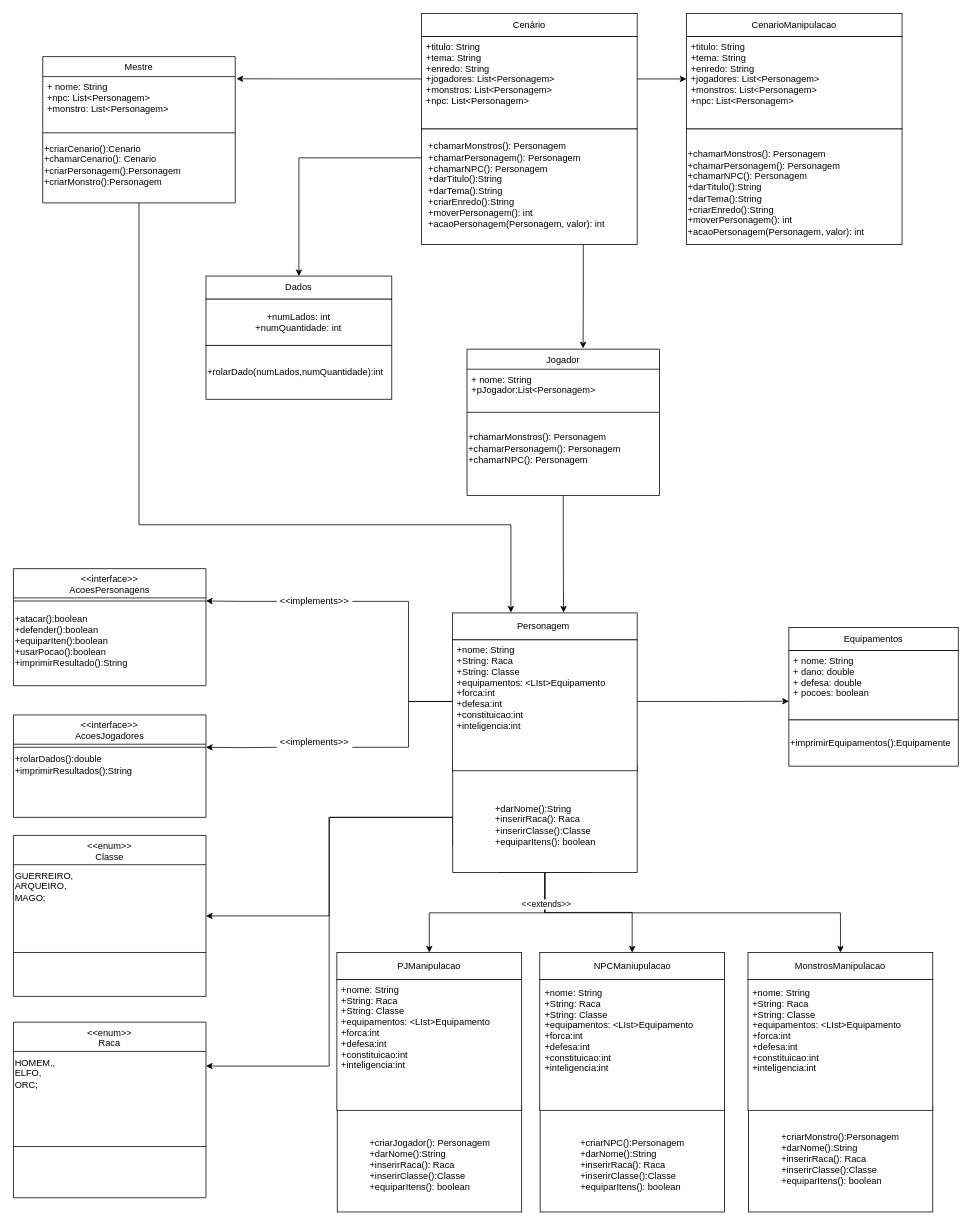
Before: diagrama-trabalho-final-rpg.drawio in MrMoisesNoah/MestresDoRPG-trabalho-programaVemSerDBC, a draw.io diagram. Source tidied: cells renumbered, new cells numbered last; positions are measured from the earlier drawing's top-left corner, leaving out a move shared by most shapes. Both pictures are drawn from the tidied source at 77%, with x=0, y=0 at pixel (13, 13).
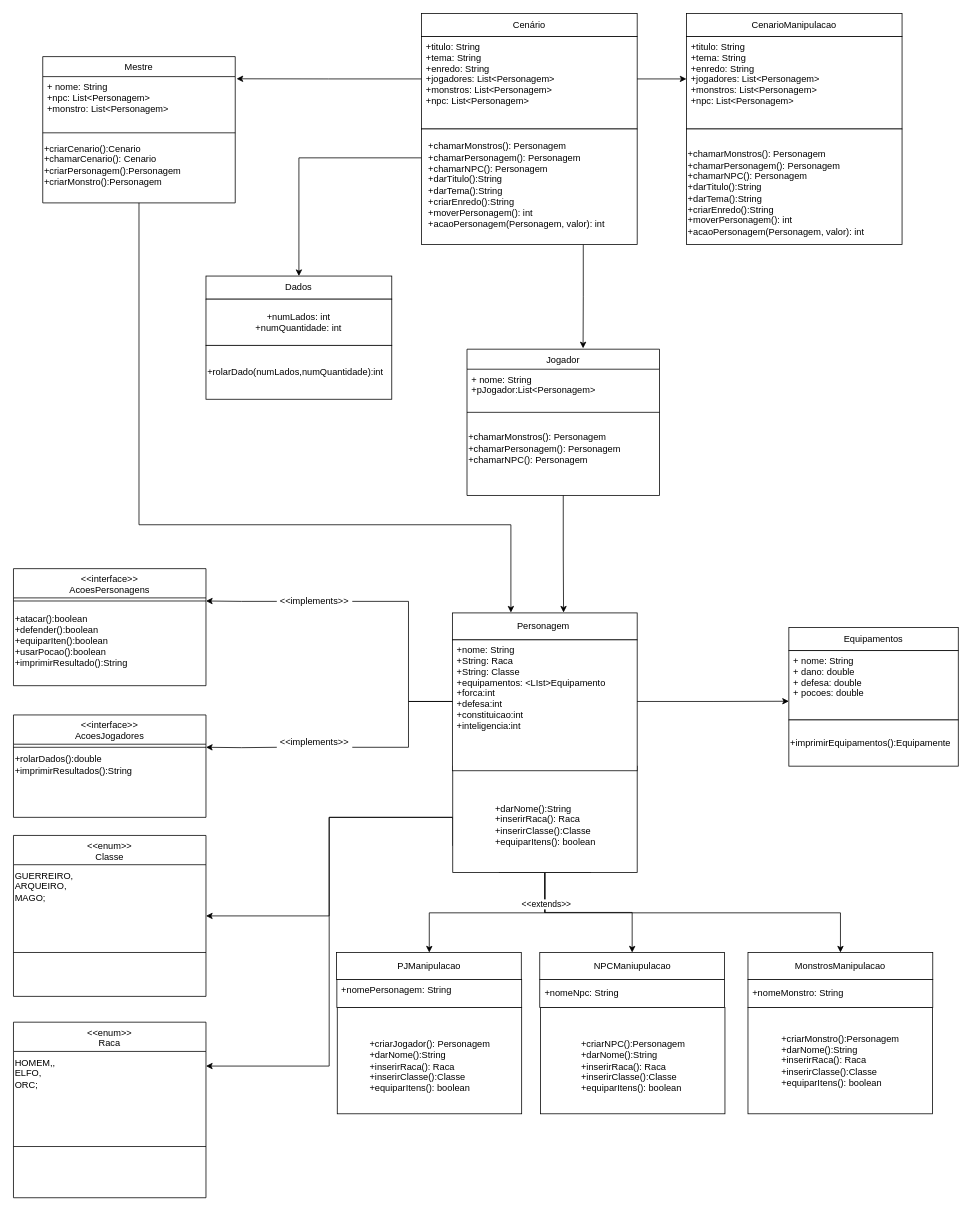
After the change.

The edit, as a diff of the source:
```diff
@@
-    <mxCell id="29" value="+ nome: String&#10;+ dano: double&#10;+ defesa: double&#10;+ pocoes: boolean&#10;&#10;&#10; " style="text;align=left;verticalAlign=top;spacingLeft=4;spacingRight=4;overflow=hidden;" parent="1" vertex="1">
+    <mxCell id="29" value="+ nome: String&#10;+ dano: double&#10;+ defesa: double&#10;+ pocoes: double&#10;&#10;&#10; " style="text;align=left;verticalAlign=top;spacingLeft=4;spacingRight=4;overflow=hidden;" parent="1" vertex="1">
       <mxGeometry x="1007" y="827.5" width="134.8" height="70" as="geometry" />
     </mxCell>
@@
     <mxCell id="60" value="&lt;div style=&quot;text-align: left;&quot;&gt;&lt;span style=&quot;background-color: initial;&quot;&gt;+criarMonstro():Personagem&lt;/span&gt;&lt;/div&gt;&lt;div style=&quot;text-align: left;&quot;&gt;&lt;span style=&quot;background-color: initial;&quot;&gt;+darNome():String&lt;/span&gt;&lt;/div&gt;&lt;div style=&quot;text-align: left;&quot;&gt;&lt;span style=&quot;background-color: initial;&quot;&gt;+inserirRaca(): Raca&lt;/span&gt;&lt;/div&gt;&lt;div style=&quot;text-align: left;&quot;&gt;&lt;span style=&quot;background-color: initial;&quot;&gt;+inserirClasse():Classe&lt;/span&gt;&lt;/div&gt;&lt;div style=&quot;text-align: left;&quot;&gt;&lt;span style=&quot;background-color: initial;&quot;&gt;+equiparItens(): boolean&lt;/span&gt;&lt;/div&gt;" style="rounded=0;whiteSpace=wrap;html=1;" parent="1" vertex="1">
-      <mxGeometry x="954.4" y="1418.5" width="239.5" height="138" as="geometry" />
+      <mxGeometry x="953.9" y="1291" width="239.5" height="138" as="geometry" />
     </mxCell>
     <mxCell id="61" style="rounded=0;whiteSpace=wrap;html=1;" parent="1" vertex="1">
-      <mxGeometry x="953.9" y="1254.5" width="240" height="170" as="geometry" />
+      <mxGeometry x="953.9" y="1254.5" width="240" height="36.5" as="geometry" />
     </mxCell>
-    <mxCell id="62" value="+nome: String&#10;+String: Raca&#10;+String: Classe&#10;+equipamentos: &lt;LIst&gt;Equipamento&#10;+forca:int&#10;+defesa:int&#10;+constituicao:int&#10;+inteligencia:int&#10;&#10;&#10;&#10;&#10;" style="text;align=left;verticalAlign=top;spacingLeft=4;spacingRight=4;overflow=hidden;" parent="1" vertex="1">
-      <mxGeometry x="953.9" y="1258.5" width="240" height="160" as="geometry" />
+    <mxCell id="62" value="+nomeMonstro: String" style="text;align=left;verticalAlign=top;spacingLeft=4;spacingRight=4;overflow=hidden;" parent="1" vertex="1">
+      <mxGeometry x="953.9" y="1258.5" width="240" height="89.5" as="geometry" />
     </mxCell>
@@
     <mxCell id="65" value="&lt;div style=&quot;text-align: left;&quot;&gt;&lt;br&gt;&lt;/div&gt;&lt;div style=&quot;text-align: left;&quot;&gt;&lt;span style=&quot;background-color: initial;&quot;&gt;+criarNPC():Personagem&lt;/span&gt;&lt;/div&gt;&lt;div style=&quot;text-align: left;&quot;&gt;&lt;span style=&quot;background-color: initial;&quot;&gt;+darNome():String&lt;/span&gt;&lt;/div&gt;&lt;div style=&quot;text-align: left;&quot;&gt;&lt;span style=&quot;background-color: initial;&quot;&gt;+inserirRaca(): Raca&lt;/span&gt;&lt;/div&gt;&lt;div style=&quot;text-align: left;&quot;&gt;&lt;span style=&quot;background-color: initial;&quot;&gt;+inserirClasse():Classe&lt;/span&gt;&lt;/div&gt;&lt;div style=&quot;text-align: left;&quot;&gt;&lt;span style=&quot;background-color: initial;&quot;&gt;+equiparItens(): boolean&lt;/span&gt;&lt;/div&gt;" style="rounded=0;whiteSpace=wrap;html=1;" parent="1" vertex="1">
-      <mxGeometry x="684" y="1418.5" width="239.5" height="138" as="geometry" />
+      <mxGeometry x="684.5" y="1291" width="239.5" height="138" as="geometry" />
     </mxCell>
     <mxCell id="66" style="rounded=0;whiteSpace=wrap;html=1;" parent="1" vertex="1">
-      <mxGeometry x="683.5" y="1254.5" width="240" height="170" as="geometry" />
+      <mxGeometry x="683.5" y="1254.5" width="240" height="36.5" as="geometry" />
     </mxCell>
-    <mxCell id="67" value="+nome: String&#10;+String: Raca&#10;+String: Classe&#10;+equipamentos: &lt;LIst&gt;Equipamento&#10;+forca:int&#10;+defesa:int&#10;+constituicao:int&#10;+inteligencia:int&#10;&#10;&#10;&#10;&#10;" style="text;align=left;verticalAlign=top;spacingLeft=4;spacingRight=4;overflow=hidden;" parent="1" vertex="1">
-      <mxGeometry x="684" y="1258.5" width="240" height="160" as="geometry" />
+    <mxCell id="67" value="+nomeNpc: String" style="text;align=left;verticalAlign=top;spacingLeft=4;spacingRight=4;overflow=hidden;" parent="1" vertex="1">
+      <mxGeometry x="684" y="1258.5" width="240" height="51.5" as="geometry" />
     </mxCell>
@@
     <mxCell id="69" value="PJManipulacao" style="rounded=0;whiteSpace=wrap;html=1;" parent="1" vertex="1">
-      <mxGeometry x="420" y="1219.5" width="240" height="35" as="geometry" />
+      <mxGeometry x="419.5" y="1219.5" width="240" height="35" as="geometry" />
     </mxCell>
     <mxCell id="70" value="&lt;div style=&quot;text-align: left;&quot;&gt;&lt;br&gt;&lt;/div&gt;&lt;div style=&quot;text-align: left;&quot;&gt;+criarJogador(): Personagem&lt;/div&gt;&lt;div style=&quot;text-align: left;&quot;&gt;&lt;span style=&quot;background-color: initial;&quot;&gt;+darNome():String&lt;/span&gt;&lt;/div&gt;&lt;div style=&quot;text-align: left;&quot;&gt;&lt;span style=&quot;background-color: initial;&quot;&gt;+inserirRaca(): Raca&lt;/span&gt;&lt;/div&gt;&lt;div style=&quot;text-align: left;&quot;&gt;&lt;span style=&quot;background-color: initial;&quot;&gt;+inserirClasse():Classe&lt;/span&gt;&lt;/div&gt;&lt;div style=&quot;text-align: left;&quot;&gt;&lt;span style=&quot;background-color: initial;&quot;&gt;+equiparItens(): boolean&lt;/span&gt;&lt;/div&gt;" style="rounded=0;whiteSpace=wrap;html=1;" parent="1" vertex="1">
-      <mxGeometry x="420.5" y="1418.5" width="239.5" height="138" as="geometry" />
+      <mxGeometry x="420.5" y="1291" width="239.5" height="138" as="geometry" />
     </mxCell>
     <mxCell id="71" style="rounded=0;whiteSpace=wrap;html=1;" parent="1" vertex="1">
-      <mxGeometry x="420" y="1254.5" width="240" height="170" as="geometry" />
+      <mxGeometry x="420" y="1254.5" width="240" height="36.5" as="geometry" />
     </mxCell>
-    <mxCell id="72" value="+nome: String&#10;+String: Raca&#10;+String: Classe&#10;+equipamentos: &lt;LIst&gt;Equipamento&#10;+forca:int&#10;+defesa:int&#10;+constituicao:int&#10;+inteligencia:int&#10;&#10;&#10;&#10;&#10;" style="text;align=left;verticalAlign=top;spacingLeft=4;spacingRight=4;overflow=hidden;" parent="1" vertex="1">
-      <mxGeometry x="420" y="1254.5" width="240" height="160" as="geometry" />
+    <mxCell id="72" value="+nomePersonagem: String&#10;&#10;&#10;&#10;" style="text;align=left;verticalAlign=top;spacingLeft=4;spacingRight=4;overflow=hidden;" parent="1" vertex="1">
+      <mxGeometry x="420" y="1254.5" width="240" height="74.5" as="geometry" />
     </mxCell>
```
